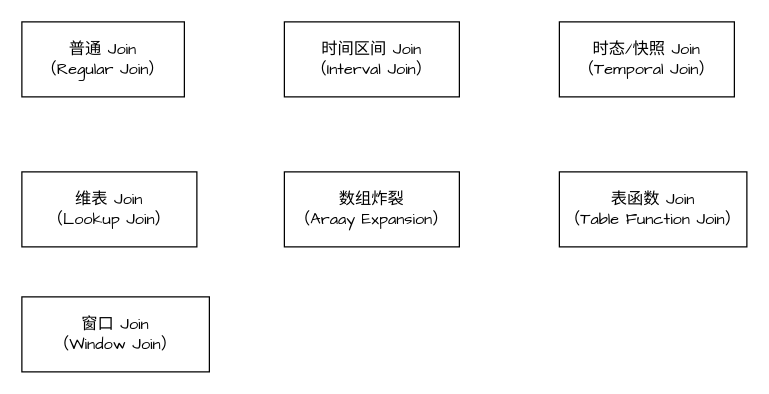
Before: page "Job 类型" (2 of 4) of Drawio/Flink SQL.drawio in xinzhuxiansheng/blog-notes, a draw.io diagram. Source tidied: cells renumbered, new cells numbered last; positions are measured from the earlier drawing's top-left corner, leaving out a move shared by most shapes. Both pictures are drawn from the tidied source at 125%, with x=0, y=0 at pixel (21, 21).
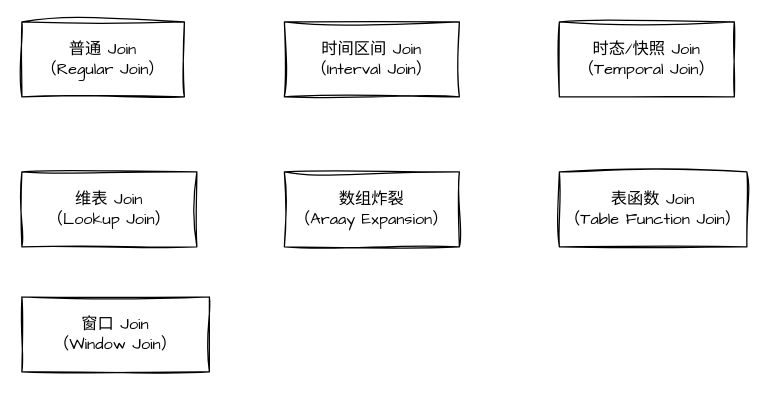
The same page after the edit.

The edit, as a diff of the source:
```diff
@@
 <mxGraphModel>
   <root>
     <mxCell id="0" />
     <mxCell id="1" parent="0" />
-    <mxCell id="2" value="普通 Join&lt;br style=&quot;font-size: 13px;&quot;&gt;（Regular Join）" style="rounded=0;whiteSpace=wrap;html=1;fontFamily=Comic Sans MS;fontSize=13;" parent="1" vertex="1">
+    <mxCell id="2" value="普通 Join&lt;br style=&quot;font-size: 13px;&quot;&gt;（Regular Join）" style="rounded=0;whiteSpace=wrap;html=1;fontFamily=Comic Sans MS;fontSize=13;sketch=1;curveFitting=1;jiggle=2;" parent="1" vertex="1">
       <mxGeometry width="130" height="60" as="geometry" />
     </mxCell>
-    <mxCell id="3" value="时间区间 Join&lt;br style=&quot;font-size: 13px;&quot;&gt;（Interval Join）" style="rounded=0;whiteSpace=wrap;html=1;fontFamily=Comic Sans MS;fontSize=13;" parent="1" vertex="1">
+    <mxCell id="3" value="时间区间 Join&lt;br style=&quot;font-size: 13px;&quot;&gt;（Interval Join）" style="rounded=0;whiteSpace=wrap;html=1;fontFamily=Comic Sans MS;fontSize=13;sketch=1;curveFitting=1;jiggle=2;" parent="1" vertex="1">
       <mxGeometry x="210" width="140" height="60" as="geometry" />
     </mxCell>
-    <mxCell id="4" value="时态/快照 Join&lt;br style=&quot;font-size: 13px;&quot;&gt;（Temporal Join）" style="rounded=0;whiteSpace=wrap;html=1;fontFamily=Comic Sans MS;fontSize=13;" parent="1" vertex="1">
+    <mxCell id="4" value="时态/快照 Join&lt;br style=&quot;font-size: 13px;&quot;&gt;（Temporal Join）" style="rounded=0;whiteSpace=wrap;html=1;fontFamily=Comic Sans MS;fontSize=13;sketch=1;curveFitting=1;jiggle=2;" parent="1" vertex="1">
       <mxGeometry x="430" width="140" height="60" as="geometry" />
     </mxCell>
-    <mxCell id="5" value="维表 Join&lt;br style=&quot;font-size: 13px;&quot;&gt;（Lookup Join）" style="rounded=0;whiteSpace=wrap;html=1;fontFamily=Comic Sans MS;fontSize=13;" parent="1" vertex="1">
+    <mxCell id="5" value="维表 Join&lt;br style=&quot;font-size: 13px;&quot;&gt;（Lookup Join）" style="rounded=0;whiteSpace=wrap;html=1;fontFamily=Comic Sans MS;fontSize=13;sketch=1;curveFitting=1;jiggle=2;" parent="1" vertex="1">
       <mxGeometry y="120" width="140" height="60" as="geometry" />
     </mxCell>
-    <mxCell id="6" value="数组炸裂&lt;br style=&quot;font-size: 13px;&quot;&gt;（Araay Expansion）" style="rounded=0;whiteSpace=wrap;html=1;fontFamily=Comic Sans MS;fontSize=13;" parent="1" vertex="1">
+    <mxCell id="6" value="数组炸裂&lt;br style=&quot;font-size: 13px;&quot;&gt;（Araay Expansion）" style="rounded=0;whiteSpace=wrap;html=1;fontFamily=Comic Sans MS;fontSize=13;sketch=1;curveFitting=1;jiggle=2;" parent="1" vertex="1">
       <mxGeometry x="210" y="120" width="140" height="60" as="geometry" />
     </mxCell>
-    <mxCell id="7" value="表函数 Join&lt;br style=&quot;font-size: 13px;&quot;&gt;（Table Function Join）" style="rounded=0;whiteSpace=wrap;html=1;fontFamily=Comic Sans MS;fontSize=13;" parent="1" vertex="1">
+    <mxCell id="7" value="表函数 Join&lt;br style=&quot;font-size: 13px;&quot;&gt;（Table Function Join）" style="rounded=0;whiteSpace=wrap;html=1;fontFamily=Comic Sans MS;fontSize=13;sketch=1;curveFitting=1;jiggle=2;" parent="1" vertex="1">
       <mxGeometry x="430" y="120" width="150" height="60" as="geometry" />
     </mxCell>
-    <mxCell id="8" value="窗口 Join&lt;br style=&quot;font-size: 13px;&quot;&gt;（Window Join）" style="rounded=0;whiteSpace=wrap;html=1;fontFamily=Comic Sans MS;fontSize=13;" parent="1" vertex="1">
+    <mxCell id="8" value="窗口 Join&lt;br style=&quot;font-size: 13px;&quot;&gt;（Window Join）" style="rounded=0;whiteSpace=wrap;html=1;fontFamily=Comic Sans MS;fontSize=13;sketch=1;curveFitting=1;jiggle=2;" parent="1" vertex="1">
       <mxGeometry y="220" width="150" height="60" as="geometry" />
     </mxCell>
   </root>
 </mxGraphModel>
```
